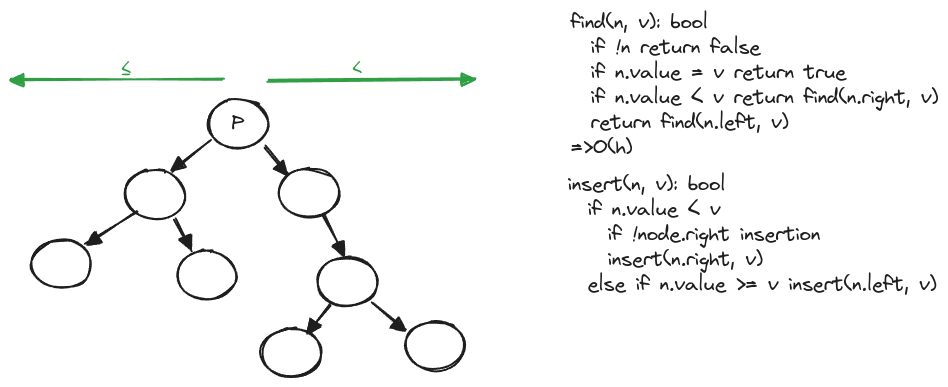
ThomasCode92/fem-algorithms keeps this Excalidraw diagram as docs/trees/images/bst.excalidraw.png. Above is the earlier version. Source tidied: one line per element, renumbered; positions are measured from the earlier drawing's top-left corner, leaving out a move shared by most shapes.
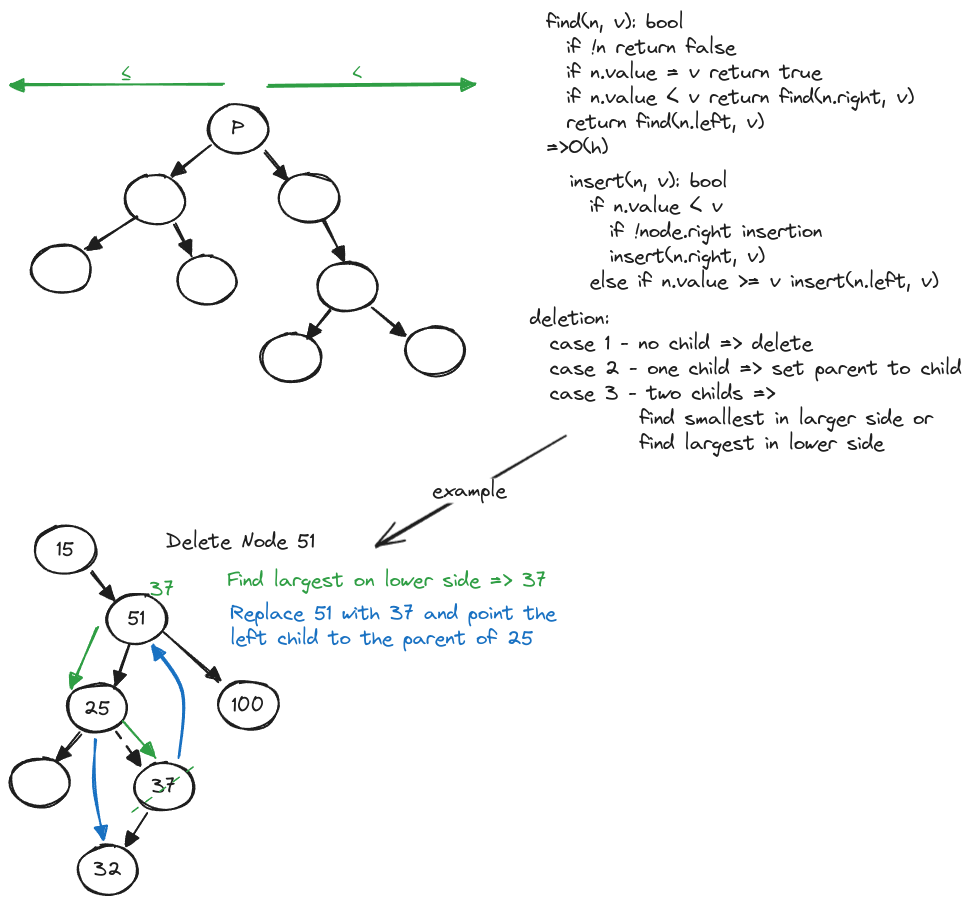
After the commit.

Commit message:
Depth-First - Deletion

Diff of the diagram source:
```diff
@@ -19,5 +19,36 @@
 {"id": 18, "type": "text", "text": "<", "strokeColor": "#2f9e44", "backgroundColor": "#000000", "fillStyle": "solid", "strokeWidth": 1, "roughness": 0, "fontSize": 15.28, "fontFamily": 1, "x": 111, "y": 50, "width": 11, "height": 19}
 {"id": 19, "type": "line", "strokeColor": "#2f9e44", "backgroundColor": "#000000", "fillStyle": "solid", "strokeWidth": 1, "roughness": 0, "round": true, "x": 116, "y": 64, "width": 6, "height": 1, "points": [[0, 0], [3, 0], [3, 1], [-3, 1], [-3, 0], [0, 0]]}
 {"id": 20, "type": "text", "text": "<", "strokeColor": "#2f9e44", "backgroundColor": "#000000", "fillStyle": "solid", "strokeWidth": 1, "roughness": 0, "fontSize": 15.28, "fontFamily": 1, "x": 342, "y": 50, "width": 11, "height": 19}
-{"id": 21, "type": "text", "text": "find(n, v): bool\n  if !n return false\n  if n.value = v return true\n  if n.value < v return find(n.right, v)\n  return find(n.left, v)\n=>O(h)", "strokeColor": "#1e1e1e", "strokeWidth": 2, "roughness": 1, "fontSize": 20, "fontFamily": 1, "x": 560, "y": 0, "width": 367, "height": 150}
+{"id": 21, "type": "text", "text": "find(n, v): bool\n  if !n return false\n  if n.value = v return true\n  if n.value < v return find(n.right, v)\n  return find(n.left, v)\n=>O(h)", "strokeColor": "#1e1e1e", "strokeWidth": 2, "roughness": 1, "fontSize": 20, "fontFamily": 1, "x": 536, "y": -5, "width": 367, "height": 150}
-{"id": 22, "type": "text", "text": "insert(n, v): bool\n  if n.value < v\n    if !node.right insertion\n    insert(n.right, v)\n  else if n.value >= v insert(n.left, v)", "strokeColor": "#1e1e1e", "strokeWidth": 2, "roughness": 1, "fontSize": 20, "fontFamily": 1, "x": 557, "y": 162, "width": 369, "height": 125}
+{"id": 22, "type": "text", "text": "insert(n, v): bool\n  if n.value < v\n    if !node.right insertion\n    insert(n.right, v)\n  else if n.value >= v insert(n.left, v)", "strokeColor": "#1e1e1e", "strokeWidth": 2, "roughness": 1, "fontSize": 20, "fontFamily": 1, "x": 559, "y": 153, "width": 369, "height": 125}
+{"id": 23, "type": "text", "text": "deletion:\n  case 1 - no child => delete\n  case 2 - one child => set parent to child\n  case 3 - two childs =>\n           find smallest in larger side or\n           find largest in lower side", "strokeColor": "#1e1e1e", "strokeWidth": 2, "roughness": 1, "fontSize": 20, "fontFamily": 1, "x": 519, "y": 291, "width": 432, "height": 150}
+{"id": 24, "type": "ellipse", "strokeColor": "#1e1e1e", "strokeWidth": 2, "roughness": 1, "round": true, "x": 25, "y": 510, "width": 60, "height": 49}
+{"id": 25, "type": "text", "text": "15", "strokeColor": "#1e1e1e", "strokeWidth": 2, "roughness": 1, "fontSize": 20, "fontFamily": 1, "textAlign": "center", "verticalAlign": "middle", "inside": 24, "x": 46, "y": 522, "width": 18, "height": 25}
+{"id": 26, "type": "ellipse", "strokeColor": "#1e1e1e", "strokeWidth": 2, "roughness": 1, "round": true, "x": 96, "y": 579, "width": 60, "height": 49}
+{"id": 27, "type": "text", "text": "51", "strokeColor": "#1e1e1e", "strokeWidth": 2, "roughness": 1, "fontSize": 20, "fontFamily": 1, "textAlign": "center", "verticalAlign": "middle", "inside": 26, "x": 117, "y": 591, "width": 18, "height": 25}
+{"id": 28, "type": "arrow", "strokeColor": "#1e1e1e", "strokeWidth": 2, "roughness": 1, "endArrowhead": "triangle", "round": true, "from": 24, "to": 26, "x": 81, "y": 557, "width": 23, "height": 28, "points": [[0, 0], [23, 28]]}
+{"id": 29, "type": "ellipse", "strokeColor": "#1e1e1e", "strokeWidth": 2, "roughness": 1, "round": true, "x": 57, "y": 669, "width": 60, "height": 49}
+{"id": 30, "type": "text", "text": "25", "strokeColor": "#1e1e1e", "strokeWidth": 2, "roughness": 1, "fontSize": 20, "fontFamily": 1, "textAlign": "center", "verticalAlign": "middle", "inside": 29, "x": 73, "y": 681, "width": 27, "height": 25}
+{"id": 31, "type": "ellipse", "strokeColor": "#1e1e1e", "strokeWidth": 2, "roughness": 1, "round": true, "x": 207, "y": 665, "width": 61, "height": 49}
+{"id": 32, "type": "text", "text": "100", "strokeColor": "#1e1e1e", "strokeWidth": 2, "roughness": 1, "fontSize": 20, "fontFamily": 1, "textAlign": "center", "verticalAlign": "middle", "inside": 31, "x": 221, "y": 678, "width": 33, "height": 25}
+{"id": 33, "type": "ellipse", "strokeColor": "#1e1e1e", "strokeWidth": 2, "roughness": 1, "round": true, "x": 0, "y": 743, "width": 60, "height": 49}
+{"id": 34, "type": "ellipse", "strokeColor": "#1e1e1e", "strokeWidth": 2, "roughness": 1, "round": true, "x": 123, "y": 747, "width": 60, "height": 49}
+{"id": 35, "type": "text", "text": "37", "strokeColor": "#1e1e1e", "strokeWidth": 2, "roughness": 1, "fontSize": 20, "fontFamily": 1, "textAlign": "center", "verticalAlign": "middle", "inside": 34, "x": 141, "y": 759, "width": 24, "height": 25}
+{"id": 36, "type": "ellipse", "strokeColor": "#1e1e1e", "strokeWidth": 2, "roughness": 1, "round": true, "x": 67, "y": 830, "width": 60, "height": 49}
+{"id": 37, "type": "text", "text": "32", "strokeColor": "#1e1e1e", "strokeWidth": 2, "roughness": 1, "fontSize": 20, "fontFamily": 1, "textAlign": "center", "verticalAlign": "middle", "inside": 36, "x": 83, "y": 842, "width": 28, "height": 25}
+{"id": 38, "type": "arrow", "strokeColor": "#1e1e1e", "strokeWidth": 2, "roughness": 1, "endArrowhead": "triangle", "round": true, "from": 26, "to": 29, "x": 119, "y": 629, "width": 15, "height": 41, "points": [[0, 0], [-15, 41]]}
+{"id": 39, "type": "arrow", "strokeColor": "#1e1e1e", "strokeWidth": 2, "roughness": 1, "endArrowhead": "triangle", "round": true, "from": 29, "to": 33, "x": 70, "y": 718, "width": 24, "height": 28, "points": [[0, 0], [-24, 28]]}
+{"id": 40, "type": "arrow", "strokeColor": "#1e1e1e", "strokeWidth": 2, "strokeStyle": "dashed", "roughness": 1, "endArrowhead": "triangle", "round": true, "from": 29, "to": 34, "x": 105, "y": 718, "width": 24, "height": 32, "points": [[0, 0], [24, 32]]}
+{"id": 41, "type": "arrow", "strokeColor": "#1e1e1e", "strokeWidth": 2, "roughness": 1, "endArrowhead": "triangle", "round": true, "from": 26, "to": 31, "x": 154, "y": 618, "width": 54, "height": 48, "points": [[0, 0], [54, 48]]}
+{"id": 42, "type": "arrow", "strokeColor": "#2f9e44", "strokeWidth": 2, "roughness": 1, "endArrowhead": "triangle", "round": true, "from": 26, "to": 29, "x": 86, "y": 613, "width": 25, "height": 60, "points": [[0, 0], [-25, 60]]}
+{"id": 43, "type": "arrow", "strokeColor": "#2f9e44", "strokeWidth": 2, "roughness": 1, "endArrowhead": "triangle", "round": true, "from": 29, "to": 34, "x": 114, "y": 707, "width": 32, "height": 35, "points": [[0, 0], [32, 35]]}
+{"id": 44, "type": "arrow", "strokeColor": "#1971c2", "strokeWidth": 2, "roughness": 1, "endArrowhead": "triangle", "round": true, "from": 34, "to": 26, "x": 168, "y": 742, "width": 30, "height": 113, "points": [[0, 0], [5, -66], [-24, -113]]}
+{"id": 45, "type": "text", "text": "37", "strokeColor": "#2f9e44", "strokeWidth": 2, "roughness": 1, "fontSize": 20, "fontFamily": 1, "x": 139, "y": 562, "width": 24, "height": 25}
+{"id": 46, "type": "line", "strokeColor": "#2f9e44", "strokeWidth": 1, "strokeStyle": "dashed", "roughness": 1, "round": true, "x": 122, "y": 798, "width": 67, "height": 51, "points": [[0, 0], [67, -51]]}
+{"id": 47, "type": "arrow", "strokeColor": "#1e1e1e", "strokeWidth": 2, "roughness": 1, "endArrowhead": "triangle", "round": true, "from": 34, "to": 36, "x": 136, "y": 799, "width": 20, "height": 33, "points": [[0, 0], [-20, 33]]}
+{"id": 48, "type": "arrow", "strokeColor": "#1971c2", "strokeWidth": 2, "roughness": 1, "endArrowhead": "triangle", "round": true, "from": 29, "to": 36, "x": 85, "y": 724, "width": 11, "height": 100, "points": [[0, 0], [-2, 48], [9, 100]]}
+{"id": 49, "type": "text", "text": "Find largest on lower side => 37", "strokeColor": "#2f9e44", "strokeWidth": 2, "roughness": 1, "fontSize": 20, "fontFamily": 1, "x": 217, "y": 553, "width": 319, "height": 25}
+{"id": 50, "type": "text", "text": "Delete Node 51", "strokeColor": "#1e1e1e", "strokeWidth": 2, "roughness": 1, "fontSize": 20, "fontFamily": 1, "x": 156, "y": 514, "width": 149, "height": 25}
+{"id": 51, "type": "text", "text": "Replace 51 with 37 and point the\nleft child to the parent of 25", "strokeColor": "#1971c2", "strokeWidth": 2, "roughness": 1, "fontSize": 20, "fontFamily": 1, "x": 220, "y": 586, "width": 326, "height": 50}
+{"id": 52, "type": "arrow", "strokeColor": "#1e1e1e", "strokeWidth": 2, "roughness": 1, "endArrowhead": "arrow", "round": true, "x": 554, "y": 421, "width": 189, "height": 110, "points": [[0, 0], [-189, 110]]}
+{"id": 53, "type": "text", "text": "example", "strokeColor": "#1e1e1e", "strokeWidth": 4, "roughness": 1, "fontSize": 20, "fontFamily": 1, "textAlign": "center", "verticalAlign": "middle", "inside": 52, "x": 437, "y": 457, "width": 74, "height": 25}
```
